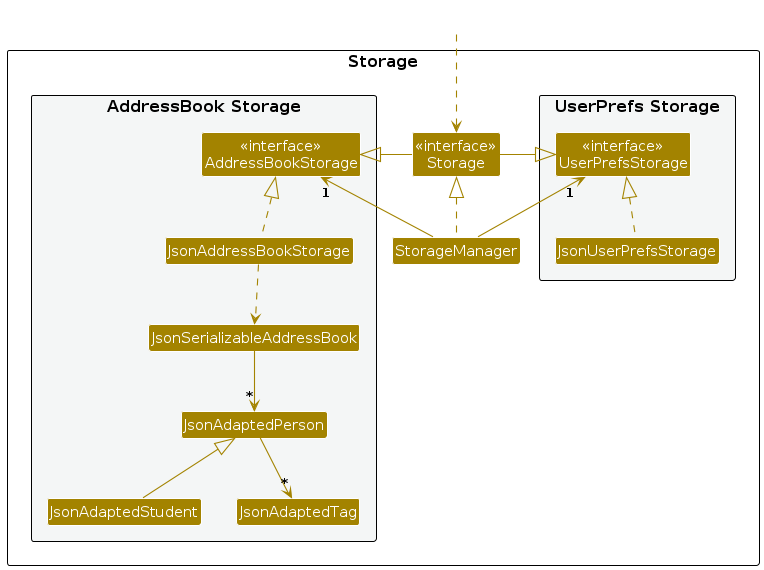
The PlantUML diagram diagrams/StorageClassDiagram.png in AY2425-CS2103T-T09-4/tp, before a commit. Its source is kept beside it as diagrams/StorageClassDiagram.puml. Source of this version:
```plantuml
@startuml
!include style.puml
skinparam arrowThickness 1.1
skinparam arrowColor STORAGE_COLOR
skinparam classBackgroundColor STORAGE_COLOR

package Storage as StoragePackage {

package "UserPrefs Storage" #F4F6F6{
Class "<<interface>>\nUserPrefsStorage" as UserPrefsStorage
Class JsonUserPrefsStorage
}

Class "<<interface>>\nStorage" as Storage
Class StorageManager

package "AddressBook Storage" #F4F6F6{
Class "<<interface>>\nAddressBookStorage" as AddressBookStorage
Class JsonAddressBookStorage
Class JsonSerializableAddressBook
Class JsonAdaptedPerson
Class JsonAdaptedStudent extends JsonAdaptedPerson
Class JsonAdaptedTag
}

}

Class HiddenOutside #FFFFFF
HiddenOutside ..> Storage

StorageManager .up.|> Storage
StorageManager -up-> "1" UserPrefsStorage
StorageManager -up-> "1" AddressBookStorage

Storage -left-|> UserPrefsStorage
Storage -right-|> AddressBookStorage

JsonUserPrefsStorage .up.|> UserPrefsStorage
JsonAddressBookStorage .up.|> AddressBookStorage
JsonAddressBookStorage ..> JsonSerializableAddressBook
JsonSerializableAddressBook --> "*" JsonAdaptedPerson
JsonAdaptedPerson --> "*" JsonAdaptedTag

@enduml
```
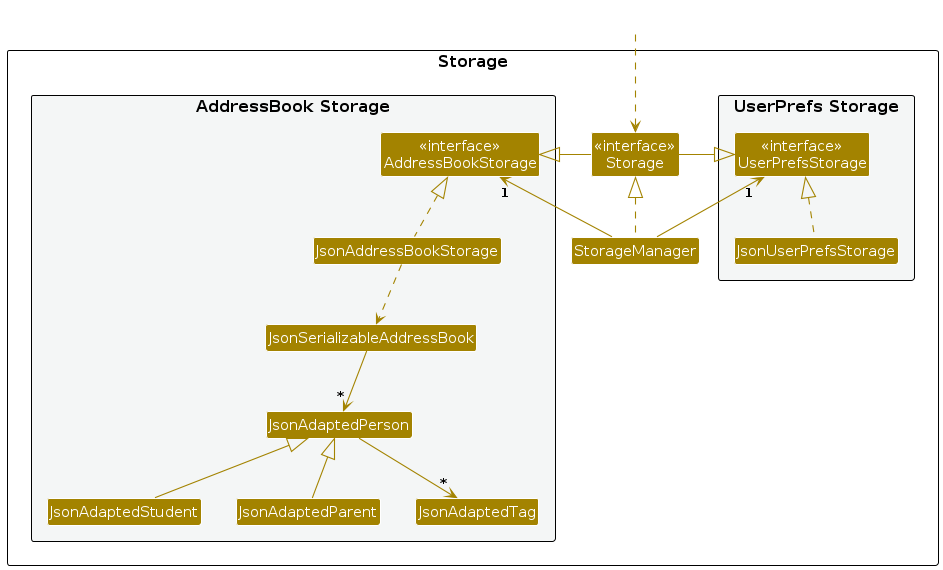
The same file after the commit.

What changed in the source:
```diff
@@ -20,6 +20,7 @@
 Class JsonSerializableAddressBook
 Class JsonAdaptedPerson
 Class JsonAdaptedStudent extends JsonAdaptedPerson
+Class JsonAdaptedParent extends JsonAdaptedPerson
 Class JsonAdaptedTag
 }
 
```
